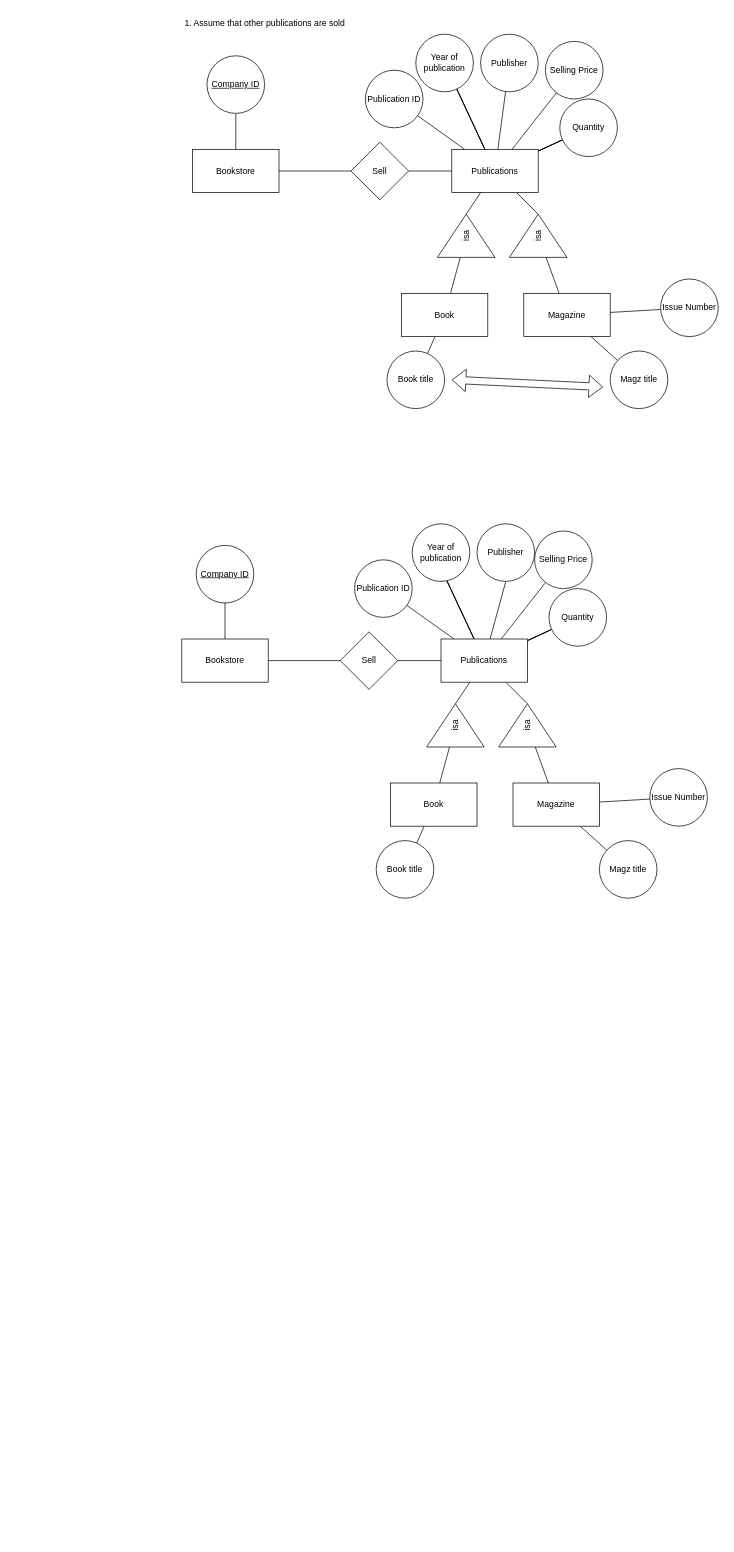
Above: Untitled Diagram.drawio in zwnkoko/SC2006-Software-Engineering (draw.io), before the change. Source tidied: cells renumbered, new cells numbered last; positions are measured from the earlier drawing's top-left corner, leaving out a move shared by most shapes. Both pictures are drawn from the tidied source at 72%, with x=0, y=0 at pixel (174, 12).
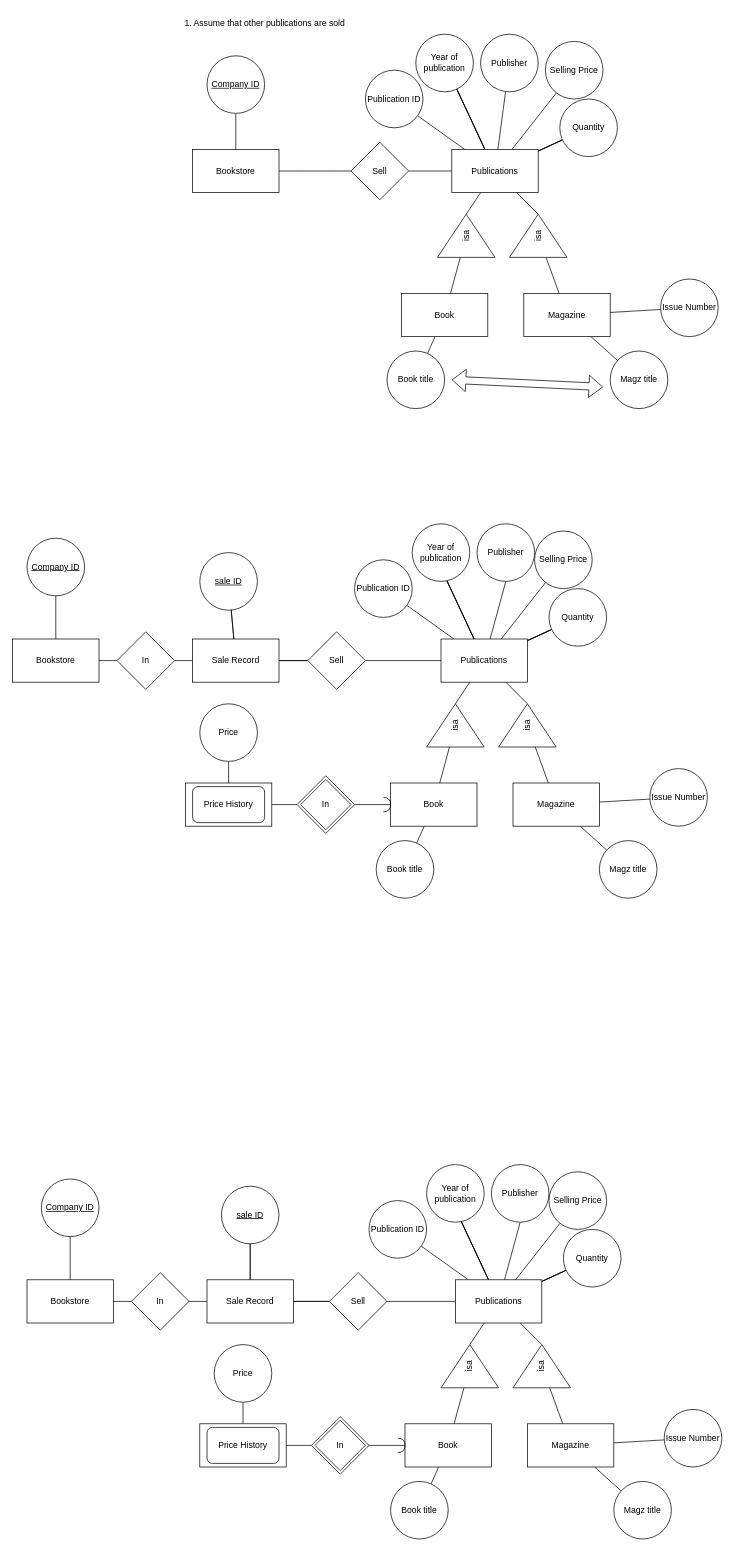
The same diagram, later.

Unchanged cells that the change refers to:
```xml
<mxCell id="52" value="Publications" style="whiteSpace=wrap;html=1;rounded=0;" parent="1" vertex="1">
  <mxGeometry x="370" y="870" width="120" height="60" as="geometry" />
</mxCell>
<mxCell id="61" value="Book" style="whiteSpace=wrap;html=1;rounded=0;" parent="1" vertex="1">
  <mxGeometry x="300" y="1070" width="120" height="60" as="geometry" />
</mxCell>
```

What changed in the source:
```diff
@@
-    <mxCell id="37" style="edgeStyle=orthogonalEdgeStyle;rounded=0;jettySize=auto;html=1;strokeColor=default;strokeWidth=1;endArrow=none;endFill=0;" parent="1" edge="1" source="39" target="40">
-      <mxGeometry relative="1" as="geometry" />
-    </mxCell>
-    <mxCell id="38" style="edgeStyle=entityRelationEdgeStyle;rounded=0;jettySize=auto;html=1;strokeColor=default;strokeWidth=1;endArrow=none;endFill=0;" parent="1" edge="1" source="39" target="42">
-      <mxGeometry relative="1" as="geometry" />
-    </mxCell>
+    <mxCell id="74" style="edgeStyle=none;rounded=0;jettySize=auto;html=1;strokeColor=default;strokeWidth=1;endArrow=none;endFill=0;" parent="1" edge="1" source="39" target="80">
+      <mxGeometry relative="1" as="geometry" />
+    </mxCell>
     <mxCell id="39" value="Bookstore" style="rounded=0;whiteSpace=wrap;html=1;" parent="1" vertex="1">
-      <mxGeometry x="10" y="870" width="120" height="60" as="geometry" />
+      <mxGeometry x="-225" y="870" width="120" height="60" as="geometry" />
     </mxCell>
+    <mxCell id="75" style="edgeStyle=none;rounded=0;jettySize=auto;html=1;strokeColor=default;strokeWidth=1;endArrow=none;endFill=0;" parent="1" edge="1" source="40" target="39">
+      <mxGeometry relative="1" as="geometry" />
+    </mxCell>
     <mxCell id="40" value="&lt;u&gt;Company ID&lt;/u&gt;" style="ellipse;whiteSpace=wrap;html=1;rounded=0;" parent="1" vertex="1">
-      <mxGeometry x="30" y="740" width="80" height="80" as="geometry" />
+      <mxGeometry x="-205" y="730" width="80" height="80" as="geometry" />
     </mxCell>
-    <mxCell id="41" style="edgeStyle=entityRelationEdgeStyle;rounded=0;jettySize=auto;html=1;strokeColor=default;strokeWidth=1;endArrow=none;endFill=0;" parent="1" edge="1" source="42" target="52">
+    <mxCell id="41" style="edgeStyle=none;rounded=0;jettySize=auto;html=1;strokeColor=default;strokeWidth=1;endArrow=none;endFill=0;" parent="1" edge="1" source="42" target="52">
       <mxGeometry relative="1" as="geometry" />
     </mxCell>
+    <mxCell id="76" style="edgeStyle=none;rounded=0;jettySize=auto;html=1;strokeColor=default;strokeWidth=1;endArrow=none;endFill=0;" parent="1" edge="1" source="42" target="83">
+      <mxGeometry relative="1" as="geometry" />
+    </mxCell>
     <mxCell id="42" value="Sell" style="rhombus;whiteSpace=wrap;html=1;rounded=0;" parent="1" vertex="1">
-      <mxGeometry x="230" y="860" width="80" height="80" as="geometry" />
+      <mxGeometry x="185" y="860" width="80" height="80" as="geometry" />
     </mxCell>
@@
+    <mxCell id="77" style="edgeStyle=none;rounded=0;jettySize=auto;html=1;strokeColor=default;strokeWidth=1;endArrow=none;endFill=0;" parent="1" edge="1" source="61">
+      <mxGeometry relative="1" as="geometry">
+        <mxPoint x="250" y="1100" as="targetPoint" />
+      </mxGeometry>
+    </mxCell>
@@
+    <mxCell id="78" style="edgeStyle=none;rounded=0;jettySize=auto;html=1;strokeColor=default;strokeWidth=1;endArrow=none;endFill=0;" parent="1" edge="1" target="42">
+      <mxGeometry relative="1" as="geometry">
+        <mxPoint x="145" y="900" as="sourcePoint" />
+      </mxGeometry>
+    </mxCell>
+    <mxCell id="79" style="edgeStyle=none;rounded=0;jettySize=auto;html=1;strokeColor=default;strokeWidth=1;endArrow=none;endFill=0;" parent="1" edge="1" source="80" target="83">
+      <mxGeometry relative="1" as="geometry" />
+    </mxCell>
+    <mxCell id="80" value="In" style="rhombus;whiteSpace=wrap;html=1;rounded=0;" parent="1" vertex="1">
+      <mxGeometry x="-80" y="860" width="80" height="80" as="geometry" />
+    </mxCell>
+    <mxCell id="81" style="edgeStyle=none;rounded=0;jettySize=auto;html=1;strokeColor=default;strokeWidth=1;endArrow=none;endFill=0;" parent="1" edge="1" source="83" target="84">
+      <mxGeometry relative="1" as="geometry" />
+    </mxCell>
+    <mxCell id="82" style="edgeStyle=none;rounded=0;jettySize=auto;html=1;strokeColor=default;strokeWidth=1;endArrow=none;endFill=0;" parent="1" edge="1" source="83" target="84">
+      <mxGeometry relative="1" as="geometry" />
+    </mxCell>
+    <mxCell id="83" value="Sale Record" style="whiteSpace=wrap;html=1;rounded=0;" parent="1" vertex="1">
+      <mxGeometry x="25" y="870" width="120" height="60" as="geometry" />
+    </mxCell>
+    <mxCell id="84" value="&lt;u&gt;sale ID&lt;/u&gt;" style="ellipse;whiteSpace=wrap;html=1;rounded=0;" parent="1" vertex="1">
+      <mxGeometry x="35" y="750" width="80" height="80" as="geometry" />
+    </mxCell>
+    <mxCell id="85" style="edgeStyle=none;rounded=0;jettySize=auto;html=1;strokeColor=default;strokeWidth=1;endArrow=none;endFill=0;" parent="1" edge="1" target="88">
+      <mxGeometry relative="1" as="geometry">
+        <mxPoint x="170" y="1100" as="sourcePoint" />
+      </mxGeometry>
+    </mxCell>
+    <mxCell id="86" style="edgeStyle=none;rounded=0;jettySize=auto;html=1;strokeColor=default;strokeWidth=1;endArrow=none;endFill=0;" parent="1" edge="1" source="88" target="87">
+      <mxGeometry relative="1" as="geometry" />
+    </mxCell>
+    <mxCell id="87" value="Price" style="ellipse;whiteSpace=wrap;html=1;rounded=0;" parent="1" vertex="1">
+      <mxGeometry x="35" y="960" width="80" height="80" as="geometry" />
+    </mxCell>
+    <mxCell id="88" value="Price History" style="whiteSpace=wrap;html=1;rounded=0;" parent="1" vertex="1">
+      <mxGeometry x="15" y="1070" width="120" height="60" as="geometry" />
+    </mxCell>
+    <mxCell id="89" style="rounded=1;whiteSpace=wrap;html=1;fillColor=none;" parent="1" vertex="1">
+      <mxGeometry x="25" y="1075" width="100" height="50" as="geometry" />
+    </mxCell>
+    <mxCell id="90" style="shape=requiredInterface;html=1;verticalLabelPosition=bottom;sketch=0;fillColor=none;" parent="1" vertex="1">
+      <mxGeometry x="290" y="1090" width="10" height="20" as="geometry" />
+    </mxCell>
+    <mxCell id="91" style="edgeStyle=none;rounded=0;jettySize=auto;html=1;strokeColor=default;strokeWidth=1;endArrow=none;endFill=0;" parent="1" edge="1" source="92" target="130">
+      <mxGeometry relative="1" as="geometry" />
+    </mxCell>
+    <mxCell id="92" value="Bookstore" style="rounded=0;whiteSpace=wrap;html=1;" parent="1" vertex="1">
+      <mxGeometry x="-205" y="1760" width="120" height="60" as="geometry" />
+    </mxCell>
+    <mxCell id="93" style="edgeStyle=none;rounded=0;jettySize=auto;html=1;strokeColor=default;strokeWidth=1;endArrow=none;endFill=0;" parent="1" edge="1" source="94" target="92">
+      <mxGeometry relative="1" as="geometry" />
+    </mxCell>
+    <mxCell id="94" value="&lt;u&gt;Company ID&lt;/u&gt;" style="ellipse;whiteSpace=wrap;html=1;rounded=0;" parent="1" vertex="1">
+      <mxGeometry x="-185" y="1620" width="80" height="80" as="geometry" />
+    </mxCell>
+    <mxCell id="95" style="edgeStyle=none;rounded=0;jettySize=auto;html=1;strokeColor=default;strokeWidth=1;endArrow=none;endFill=0;" parent="1" edge="1" source="97" target="107">
+      <mxGeometry relative="1" as="geometry" />
+    </mxCell>
+    <mxCell id="96" style="edgeStyle=none;rounded=0;jettySize=auto;html=1;strokeColor=default;strokeWidth=1;endArrow=none;endFill=0;" parent="1" edge="1" source="97" target="133">
+      <mxGeometry relative="1" as="geometry" />
+    </mxCell>
+    <mxCell id="97" value="Sell" style="rhombus;whiteSpace=wrap;html=1;rounded=0;" parent="1" vertex="1">
+      <mxGeometry x="215" y="1750" width="80" height="80" as="geometry" />
+    </mxCell>
+    <mxCell id="98" style="rounded=0;jettySize=auto;html=1;strokeColor=default;strokeWidth=1;endArrow=none;endFill=0;" parent="1" edge="1" source="107" target="108">
+      <mxGeometry relative="1" as="geometry" />
+    </mxCell>
+    <mxCell id="99" style="edgeStyle=none;rounded=0;jettySize=auto;html=1;strokeColor=default;strokeWidth=1;endArrow=none;endFill=0;" parent="1" edge="1" source="107">
+      <mxGeometry relative="1" as="geometry">
+        <mxPoint x="396.9" y="1676.2" as="targetPoint" />
+      </mxGeometry>
+    </mxCell>
+    <mxCell id="100" style="edgeStyle=none;rounded=0;jettySize=auto;html=1;strokeColor=default;strokeWidth=1;endArrow=none;endFill=0;" parent="1" edge="1" source="107">
+      <mxGeometry relative="1" as="geometry">
+        <mxPoint x="396.9" y="1676.2" as="targetPoint" />
+      </mxGeometry>
+    </mxCell>
+    <mxCell id="101" style="edgeStyle=none;rounded=0;jettySize=auto;html=1;strokeColor=default;strokeWidth=1;endArrow=none;endFill=0;entryX=0.5;entryY=1;entryDx=0;entryDy=0;" parent="1" edge="1" source="107" target="127">
+      <mxGeometry relative="1" as="geometry" />
+    </mxCell>
+    <mxCell id="102" style="edgeStyle=none;rounded=0;jettySize=auto;html=1;strokeColor=default;strokeWidth=1;endArrow=none;endFill=0;" parent="1" edge="1" source="107" target="110">
+      <mxGeometry relative="1" as="geometry" />
+    </mxCell>
+    <mxCell id="103" style="edgeStyle=none;rounded=0;jettySize=auto;html=1;strokeColor=default;strokeWidth=1;endArrow=none;endFill=0;" parent="1" edge="1" source="107" target="111">
+      <mxGeometry relative="1" as="geometry" />
+    </mxCell>
+    <mxCell id="104" style="edgeStyle=none;rounded=0;jettySize=auto;html=1;strokeColor=default;strokeWidth=1;endArrow=none;endFill=0;" parent="1" edge="1" source="107" target="111">
+      <mxGeometry relative="1" as="geometry" />
+    </mxCell>
+    <mxCell id="105" style="edgeStyle=none;rounded=0;jettySize=auto;html=1;strokeColor=default;strokeWidth=1;endArrow=none;endFill=0;" parent="1" edge="1" source="107" target="111">
+      <mxGeometry relative="1" as="geometry" />
+    </mxCell>
+    <mxCell id="106" style="edgeStyle=none;rounded=0;jettySize=auto;html=1;strokeColor=default;strokeWidth=1;endArrow=none;endFill=0;entryX=1;entryY=0.5;entryDx=0;entryDy=0;" parent="1" edge="1" source="107" target="119">
+      <mxGeometry relative="1" as="geometry" />
+    </mxCell>
+    <mxCell id="107" value="Publications" style="whiteSpace=wrap;html=1;rounded=0;" parent="1" vertex="1">
+      <mxGeometry x="390" y="1760" width="120" height="60" as="geometry" />
+    </mxCell>
+    <mxCell id="108" value="Publication ID" style="ellipse;whiteSpace=wrap;html=1;rounded=0;" parent="1" vertex="1">
+      <mxGeometry x="270" y="1650" width="80" height="80" as="geometry" />
+    </mxCell>
+    <mxCell id="109" style="edgeStyle=none;rounded=0;jettySize=auto;html=1;strokeColor=default;strokeWidth=1;endArrow=none;endFill=0;" parent="1" edge="1" target="107">
+      <mxGeometry relative="1" as="geometry">
+        <mxPoint x="396.8" y="1676.3" as="sourcePoint" />
+      </mxGeometry>
+    </mxCell>
+    <mxCell id="110" value="Selling Price" style="ellipse;whiteSpace=wrap;html=1;rounded=0;" parent="1" vertex="1">
+      <mxGeometry x="520" y="1610" width="80" height="80" as="geometry" />
+    </mxCell>
+    <mxCell id="111" value="Quantity" style="ellipse;whiteSpace=wrap;html=1;rounded=0;" parent="1" vertex="1">
+      <mxGeometry x="540" y="1690" width="80" height="80" as="geometry" />
+    </mxCell>
+    <mxCell id="112" style="edgeStyle=none;rounded=0;jettySize=auto;html=1;strokeColor=default;strokeWidth=1;endArrow=none;endFill=0;exitX=1;exitY=0.5;exitDx=0;exitDy=0;" parent="1" edge="1" source="114" target="107">
+      <mxGeometry relative="1" as="geometry" />
+    </mxCell>
+    <mxCell id="113" style="edgeStyle=none;rounded=0;jettySize=auto;html=1;strokeColor=default;strokeWidth=1;endArrow=none;endFill=0;" parent="1" edge="1" source="114" target="117">
+      <mxGeometry relative="1" as="geometry" />
+    </mxCell>
+    <mxCell id="114" value="isa" style="triangle;whiteSpace=wrap;html=1;rounded=0;rotation=-90;" parent="1" vertex="1">
+      <mxGeometry x="380" y="1840" width="60" height="80" as="geometry" />
+    </mxCell>
+    <mxCell id="115" style="edgeStyle=none;rounded=0;jettySize=auto;html=1;strokeColor=default;strokeWidth=1;endArrow=none;endFill=0;" parent="1" edge="1" source="117" target="125">
+      <mxGeometry relative="1" as="geometry" />
+    </mxCell>
+    <mxCell id="116" style="edgeStyle=none;rounded=0;jettySize=auto;html=1;strokeColor=default;strokeWidth=1;endArrow=none;endFill=0;" parent="1" edge="1" source="117" target="136">
+      <mxGeometry relative="1" as="geometry" />
+    </mxCell>
+    <mxCell id="117" value="Book" style="whiteSpace=wrap;html=1;rounded=0;" parent="1" vertex="1">
+      <mxGeometry x="320" y="1960" width="120" height="60" as="geometry" />
+    </mxCell>
+    <mxCell id="118" style="edgeStyle=none;rounded=0;jettySize=auto;html=1;strokeColor=default;strokeWidth=1;endArrow=none;endFill=0;" parent="1" edge="1" source="119" target="122">
+      <mxGeometry relative="1" as="geometry" />
+    </mxCell>
+    <mxCell id="119" value="isa" style="triangle;whiteSpace=wrap;html=1;rotation=-90;" parent="1" vertex="1">
+      <mxGeometry x="480" y="1840" width="60" height="80" as="geometry" />
+    </mxCell>
+    <mxCell id="120" style="edgeStyle=none;rounded=0;jettySize=auto;html=1;strokeColor=default;strokeWidth=1;endArrow=none;endFill=0;" parent="1" edge="1" source="122" target="123">
+      <mxGeometry relative="1" as="geometry" />
+    </mxCell>
+    <mxCell id="121" style="edgeStyle=none;rounded=0;jettySize=auto;html=1;strokeColor=default;strokeWidth=1;endArrow=none;endFill=0;" parent="1" edge="1" source="122" target="124">
+      <mxGeometry relative="1" as="geometry" />
+    </mxCell>
+    <mxCell id="122" value="Magazine" style="whiteSpace=wrap;html=1;" parent="1" vertex="1">
+      <mxGeometry x="490" y="1960" width="120" height="60" as="geometry" />
+    </mxCell>
+    <mxCell id="123" value="Issue Number" style="ellipse;whiteSpace=wrap;html=1;" parent="1" vertex="1">
+      <mxGeometry x="680" y="1940" width="80" height="80" as="geometry" />
+    </mxCell>
+    <mxCell id="124" value="Magz title" style="ellipse;whiteSpace=wrap;html=1;" parent="1" vertex="1">
+      <mxGeometry x="610" y="2040" width="80" height="80" as="geometry" />
+    </mxCell>
+    <mxCell id="125" value="Book title" style="ellipse;whiteSpace=wrap;html=1;rounded=0;" parent="1" vertex="1">
+      <mxGeometry x="300" y="2040" width="80" height="80" as="geometry" />
+    </mxCell>
+    <mxCell id="126" value="Year of publication" style="ellipse;whiteSpace=wrap;html=1;rounded=0;" parent="1" vertex="1">
+      <mxGeometry x="350" y="1600" width="80" height="80" as="geometry" />
+    </mxCell>
+    <mxCell id="127" value="Publisher" style="ellipse;whiteSpace=wrap;html=1;rounded=0;" parent="1" vertex="1">
+      <mxGeometry x="440" y="1600" width="80" height="80" as="geometry" />
+    </mxCell>
+    <mxCell id="128" style="edgeStyle=none;rounded=0;jettySize=auto;html=1;strokeColor=default;strokeWidth=1;endArrow=none;endFill=0;" parent="1" edge="1" target="97">
+      <mxGeometry relative="1" as="geometry">
+        <mxPoint x="165" y="1790" as="sourcePoint" />
+      </mxGeometry>
+    </mxCell>
+    <mxCell id="129" style="edgeStyle=none;rounded=0;jettySize=auto;html=1;strokeColor=default;strokeWidth=1;endArrow=none;endFill=0;" parent="1" edge="1" source="130" target="133">
+      <mxGeometry relative="1" as="geometry" />
+    </mxCell>
+    <mxCell id="130" value="In" style="rhombus;whiteSpace=wrap;html=1;rounded=0;" parent="1" vertex="1">
+      <mxGeometry x="-60" y="1750" width="80" height="80" as="geometry" />
+    </mxCell>
+    <mxCell id="131" style="edgeStyle=none;rounded=0;jettySize=auto;html=1;strokeColor=default;strokeWidth=1;endArrow=none;endFill=0;" parent="1" edge="1" source="133" target="134">
+      <mxGeometry relative="1" as="geometry" />
+    </mxCell>
+    <mxCell id="132" style="edgeStyle=none;rounded=0;jettySize=auto;html=1;strokeColor=default;strokeWidth=1;endArrow=none;endFill=0;" parent="1" edge="1" source="133" target="134">
+      <mxGeometry relative="1" as="geometry" />
+    </mxCell>
+    <mxCell id="133" value="Sale Record" style="whiteSpace=wrap;html=1;rounded=0;" parent="1" vertex="1">
+      <mxGeometry x="45" y="1760" width="120" height="60" as="geometry" />
+    </mxCell>
+    <mxCell id="134" value="&lt;u&gt;sale ID&lt;/u&gt;" style="ellipse;whiteSpace=wrap;html=1;rounded=0;" parent="1" vertex="1">
+      <mxGeometry x="65" y="1630" width="80" height="80" as="geometry" />
+    </mxCell>
+    <mxCell id="135" style="edgeStyle=none;rounded=0;jettySize=auto;html=1;strokeColor=default;strokeWidth=1;endArrow=none;endFill=0;" parent="1" edge="1" source="136" target="139">
+      <mxGeometry relative="1" as="geometry" />
+    </mxCell>
+    <mxCell id="136" value="In" style="rhombus;whiteSpace=wrap;html=1;rounded=0;" parent="1" vertex="1">
+      <mxGeometry x="190" y="1950" width="80" height="80" as="geometry" />
+    </mxCell>
+    <mxCell id="137" style="edgeStyle=none;rounded=0;jettySize=auto;html=1;strokeColor=default;strokeWidth=1;endArrow=none;endFill=0;" parent="1" edge="1" source="139" target="138">
+      <mxGeometry relative="1" as="geometry" />
+    </mxCell>
+    <mxCell id="138" value="Price" style="ellipse;whiteSpace=wrap;html=1;rounded=0;" parent="1" vertex="1">
+      <mxGeometry x="55" y="1850" width="80" height="80" as="geometry" />
+    </mxCell>
+    <mxCell id="139" value="Price History" style="whiteSpace=wrap;html=1;rounded=0;" parent="1" vertex="1">
+      <mxGeometry x="35" y="1960" width="120" height="60" as="geometry" />
+    </mxCell>
+    <mxCell id="140" style="rounded=1;whiteSpace=wrap;html=1;fillColor=none;" parent="1" vertex="1">
+      <mxGeometry x="45" y="1965" width="100" height="50" as="geometry" />
+    </mxCell>
+    <mxCell id="141" style="shape=requiredInterface;html=1;verticalLabelPosition=bottom;sketch=0;fillColor=none;" parent="1" vertex="1">
+      <mxGeometry x="310" y="1980" width="10" height="20" as="geometry" />
+    </mxCell>
+    <mxCell id="142" style="rhombus;whiteSpace=wrap;html=1;fillColor=none;" parent="1" vertex="1">
+      <mxGeometry x="195" y="1955" width="70" height="70" as="geometry" />
+    </mxCell>
+    <mxCell id="143" value="In" style="rhombus;whiteSpace=wrap;html=1;rounded=0;" parent="1" vertex="1">
+      <mxGeometry x="170" y="1060" width="80" height="80" as="geometry" />
+    </mxCell>
+    <mxCell id="144" style="rhombus;whiteSpace=wrap;html=1;fillColor=none;" parent="1" vertex="1">
+      <mxGeometry x="175" y="1065" width="70" height="70" as="geometry" />
+    </mxCell>
```
